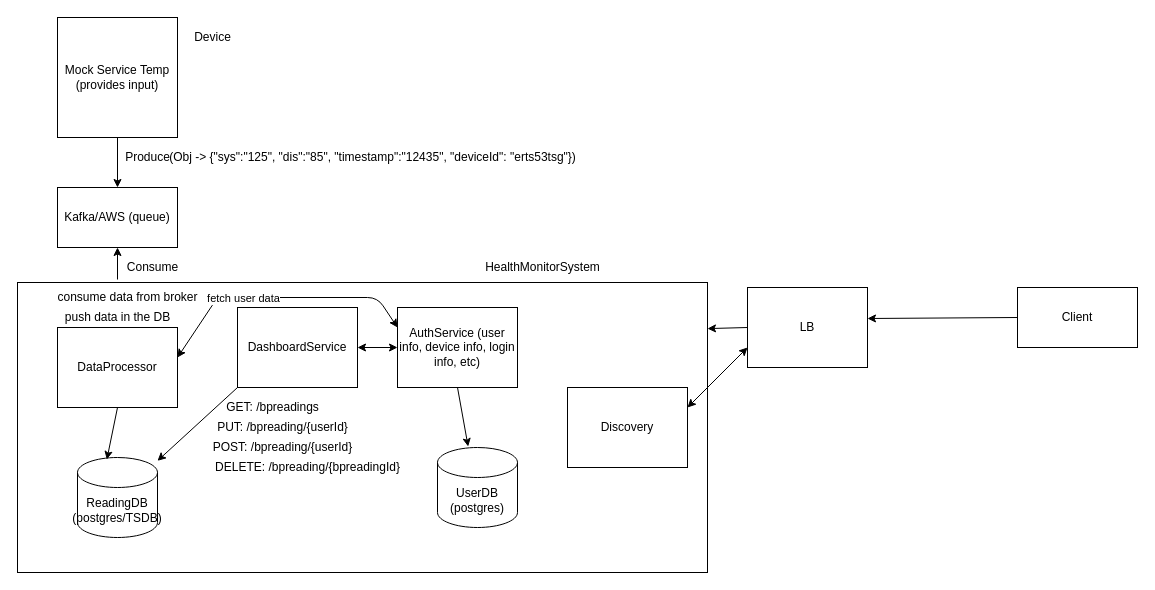
This is resources/app/Untitled Diagram.drawio from rahulBarahpuria/demo, a draw.io file, before an edit. Source tidied: cells renumbered, new cells numbered last; positions are measured from the earlier drawing's top-left corner, leaving out a move shared by most shapes. Both pictures are drawn from the tidied source at 100%, with x=0, y=0 at pixel (17, 17).
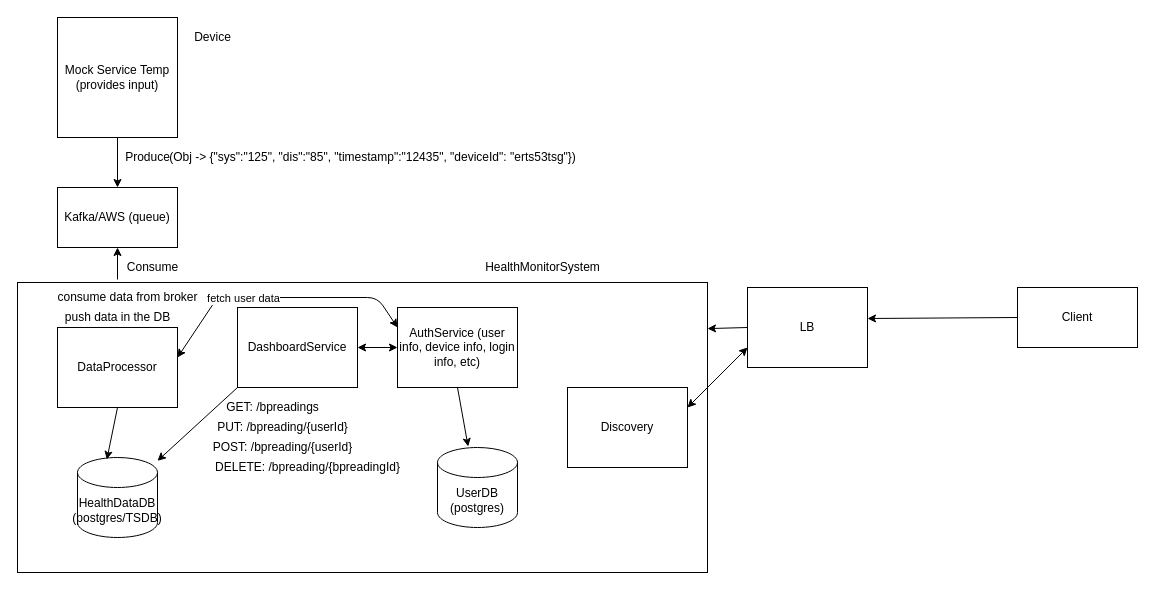
After the change.

What changed in the source:
```diff
@@
-    <mxCell id="19" value="ReadingDB (postgres/TSDB)" style="shape=cylinder3;whiteSpace=wrap;html=1;boundedLbl=1;backgroundOutline=1;size=15;" parent="1" vertex="1">
+    <mxCell id="19" value="HealthDataDB (postgres/TSDB)" style="shape=cylinder3;whiteSpace=wrap;html=1;boundedLbl=1;backgroundOutline=1;size=15;" parent="1" vertex="1">
       <mxGeometry x="60" y="440" width="80" height="80" as="geometry" />
     </mxCell>
```
